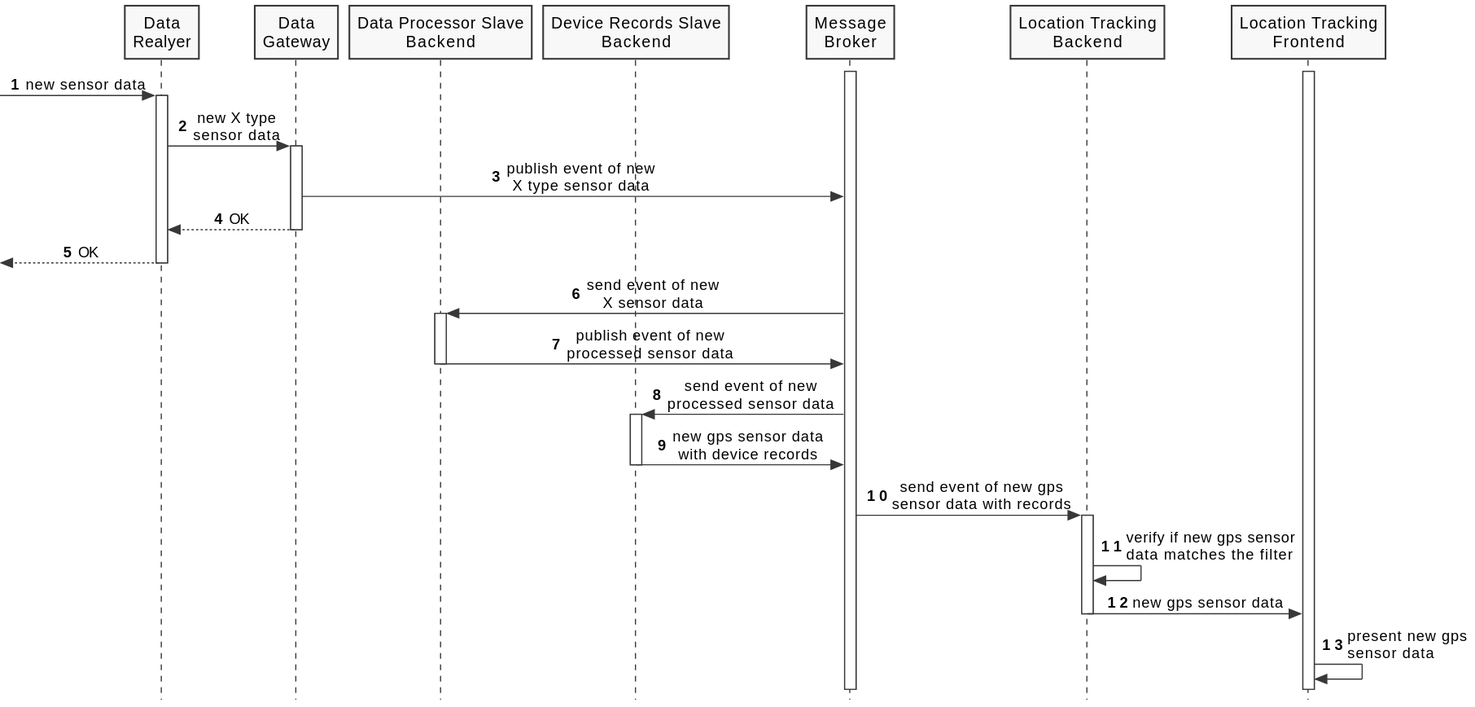
Earlier version of the PlantUML export docs/diagrams/process-view-level2-uc02.svg (FilipeMCruz/sensae-console).
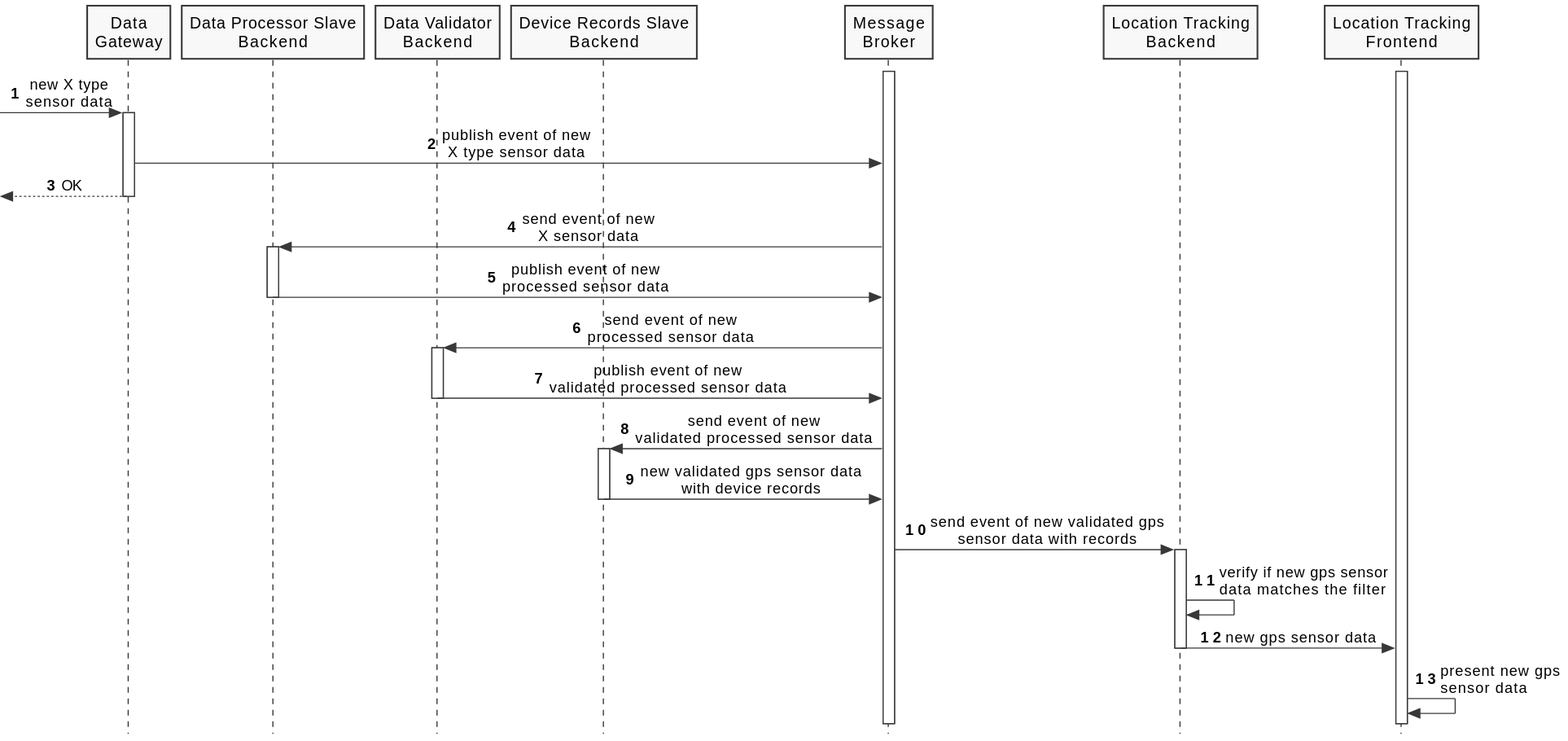
The same diagram one commit later.

Commit message:
Updated documentation with data validator

Diff of the diagram source:
```diff
@@ -7,9 +7,9 @@
 
 autonumber 1
 
-participant "Data\nRealyer" as DG
 participant "Data\nGateway" as SDDG
 participant "Data Processor Slave\nBackend" as DPSB
+participant "Data Validator\nBackend" as DVB
 participant "Device Records Slave\nBackend" as DRSB
 participant "Message\nBroker" as MB
 participant "Location Tracking\nBackend" as LTB
@@ -18,19 +18,13 @@
 activate MB
 activate LTF
 
--> DG : new sensor data
-activate DG
-
-DG -> SDDG : new X type\nsensor data
+-> SDDG : new X type\nsensor data
 activate SDDG
 
 SDDG -> MB : publish event of new\nX type sensor data
 
-DG <-- SDDG : OK
+<-- SDDG : OK
 deactivate SDDG
-
-<-- DG : OK
-deactivate DG
 
 MB -> DPSB : send event of new\nX sensor data
 activate DPSB
@@ -38,13 +32,19 @@
 DPSB -> MB : publish event of new\nprocessed sensor data
 deactivate DPSB
 
-MB -> DRSB : send event of new\nprocessed sensor data
+MB -> DVB : send event of new\nprocessed sensor data
+activate DVB
+
+DVB -> MB : publish event of new\nvalidated processed sensor data
+deactivate DVB
+
+MB -> DRSB : send event of new\nvalidated processed sensor data
 activate DRSB
 
-DRSB -> MB : new gps sensor data\nwith device records
+DRSB -> MB : new validated gps sensor data\nwith device records
 deactivate DRSB
 
-MB -> LTB : send event of new gps\nsensor data with records
+MB -> LTB : send event of new validated gps\nsensor data with records
 activate LTB
 
 LTB -> LTB : verify if new gps sensor\ndata matches the filter
```
